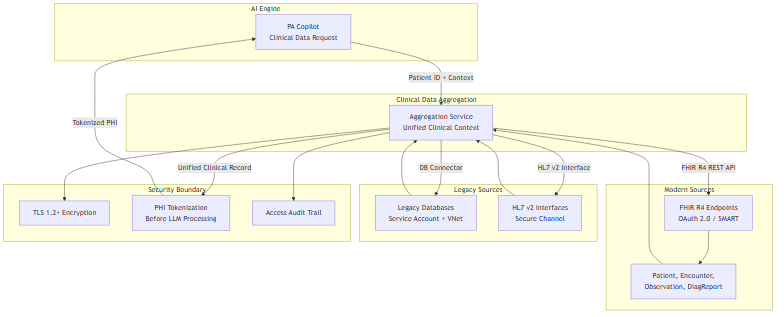
Above: docs/architecture/diagrams/04-clinical-data-access.png in praeducer/autonomize-healthcare-ai-demo (Mermaid), before the change. Its source is kept beside it as docs/architecture/diagrams/04-clinical-data-access.mmd.
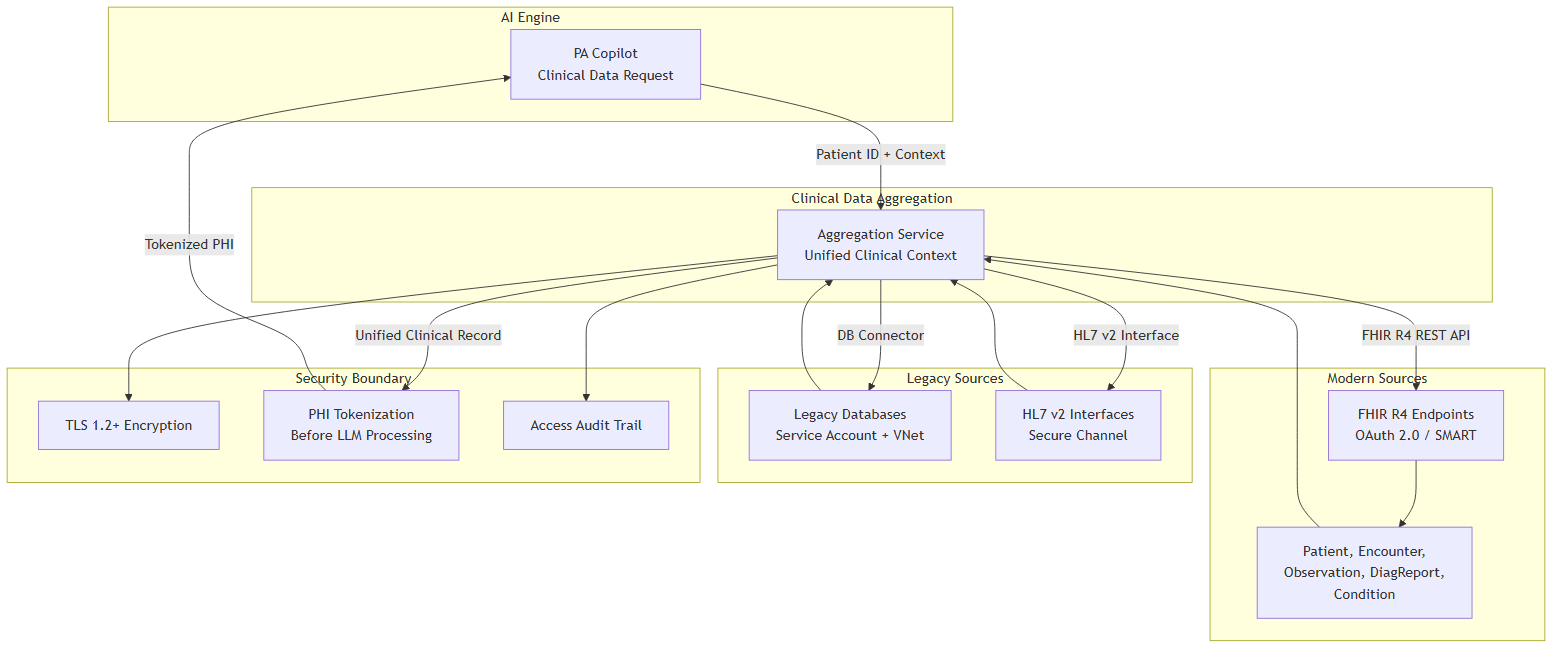
Later version of the same file.

Change to the diagram source:
```diff
@@ -9,7 +9,7 @@
 
     subgraph "Modern Sources"
         FHIR_EP["FHIR R4 Endpoints<br/>OAuth 2.0 / SMART"]
-        FHIR_RES["Patient, Encounter,<br/>Observation, DiagReport"]
+        FHIR_RES["Patient, Encounter,<br/>Observation, DiagReport,<br/>Condition"]
     end
 
     subgraph "Legacy Sources"
```
